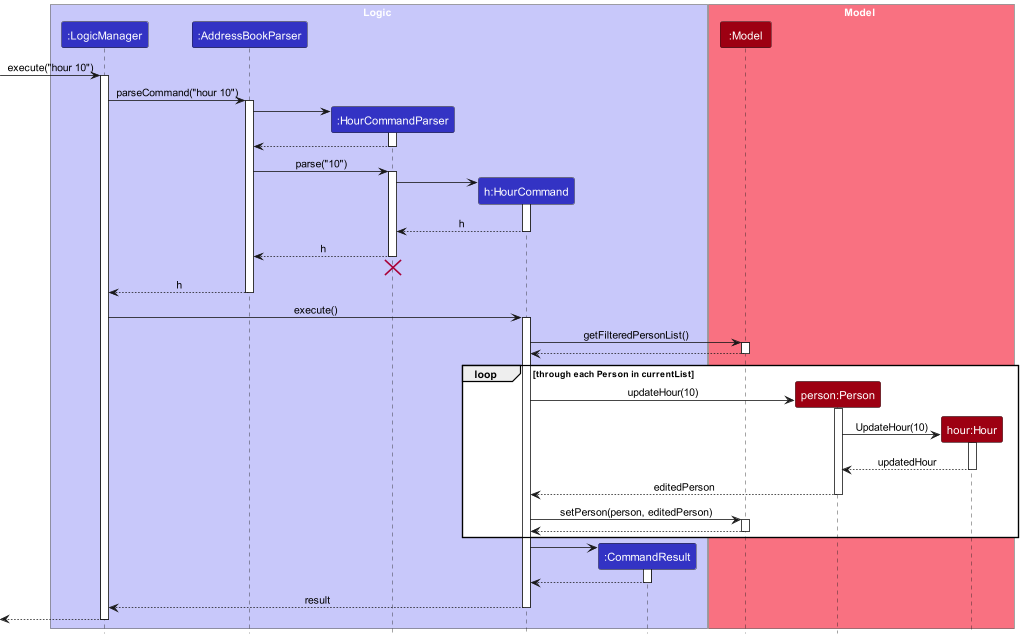
The PlantUML diagram docs/images/UpdateHourSequenceDiagram.png in nus-cs2103-AY2324S1/tp, before a commit. The source it was exported from:
```plantuml
@startuml
!include style.puml
skinparam ArrowFontStyle plain

box Logic LOGIC_COLOR_T1
participant ":LogicManager" as LogicManager LOGIC_COLOR
participant ":AddressBookParser" as AddressBookParser LOGIC_COLOR
participant ":HourCommandParser" as HourCommandParser LOGIC_COLOR
participant "h:HourCommand" as HourCommand LOGIC_COLOR
participant ":CommandResult" as CommandResult LOGIC_COLOR
end box

box Model MODEL_COLOR_T1
participant ":Model" as Model MODEL_COLOR
participant "person:Person" as Person MODEL_COLOR
participant "hour:Hour" as Hour MODEL_COLOR
end box

[-> LogicManager : execute("hour 10")
activate LogicManager

LogicManager -> AddressBookParser : parseCommand("hour 10")
activate AddressBookParser

create HourCommandParser
AddressBookParser -> HourCommandParser
activate HourCommandParser

HourCommandParser --> AddressBookParser
deactivate HourCommandParser

AddressBookParser -> HourCommandParser : parse("10")
activate HourCommandParser

create HourCommand
HourCommandParser -> HourCommand
activate HourCommand

HourCommand --> HourCommandParser : h
deactivate HourCommand

HourCommandParser --> AddressBookParser : h
deactivate HourCommandParser
HourCommandParser -[hidden]-> AddressBookParser
destroy HourCommandParser

AddressBookParser --> LogicManager : h
deactivate AddressBookParser

LogicManager -> HourCommand : execute()
activate HourCommand

HourCommand -> Model : getFilteredPersonList()
activate Model

Model --> HourCommand
deactivate Model


loop through each Person in currentList
    create Person
    HourCommand -> Person : updateHour(10)
    activate Person
        create Hour
        Person -> Hour : UpdateHour(10)
            activate Hour
            Hour --> Person : updatedHour
            deactivate Hour
        Person --> HourCommand : editedPerson
    deactivate Person

    HourCommand -> Model : setPerson(person, editedPerson)
    activate Model
    Model --> HourCommand
    deactivate Model
end



create CommandResult
HourCommand -> CommandResult
activate CommandResult

CommandResult --> HourCommand
deactivate CommandResult

HourCommand --> LogicManager : result
deactivate HourCommand

[<--LogicManager
deactivate LogicManager
@enduml
```
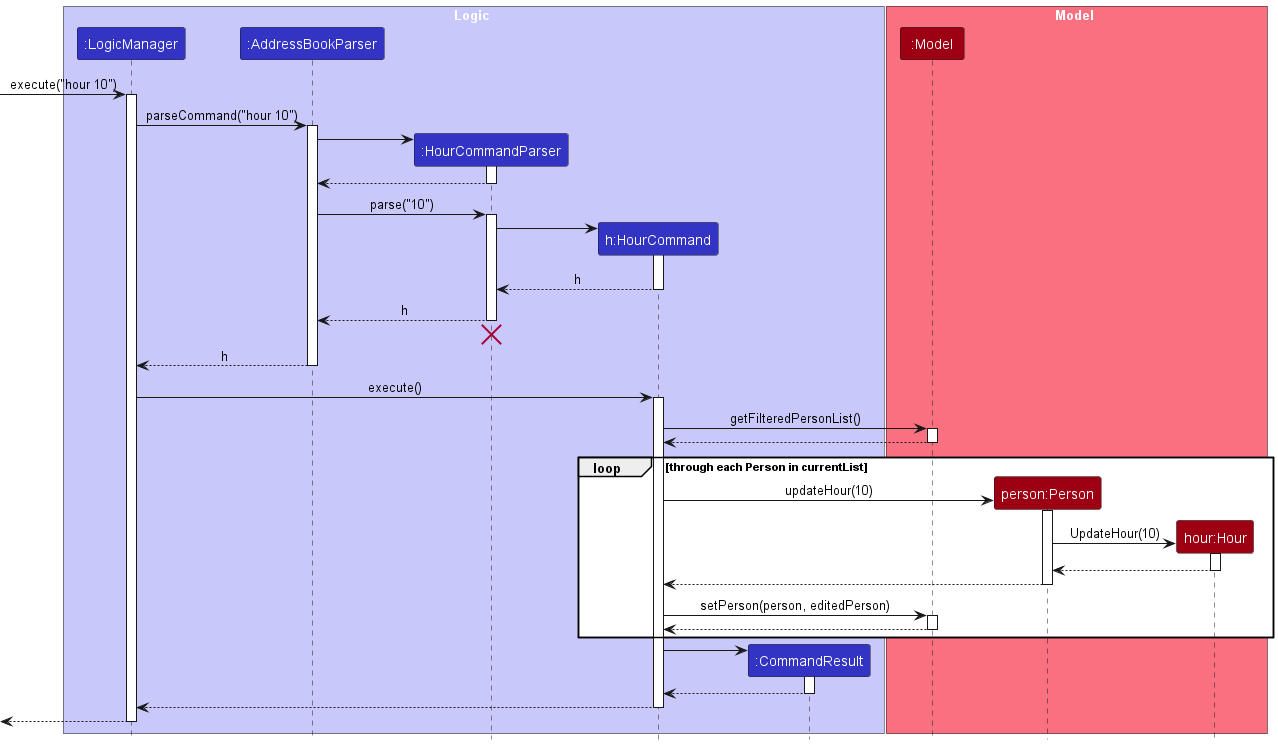
After the commit.

Change to the diagram source:
```diff
@@ -64,9 +64,9 @@
         create Hour
         Person -> Hour : UpdateHour(10)
             activate Hour
-            Hour --> Person : updatedHour
+            Hour --> Person
             deactivate Hour
-        Person --> HourCommand : editedPerson
+        Person --> HourCommand
     deactivate Person
 
     HourCommand -> Model : setPerson(person, editedPerson)
@@ -75,8 +75,6 @@
     deactivate Model
 end
 
-
-
 create CommandResult
 HourCommand -> CommandResult
 activate CommandResult
@@ -84,7 +82,7 @@
 CommandResult --> HourCommand
 deactivate CommandResult
 
-HourCommand --> LogicManager : result
+HourCommand --> LogicManager
 deactivate HourCommand
 
 [<--LogicManager
```
